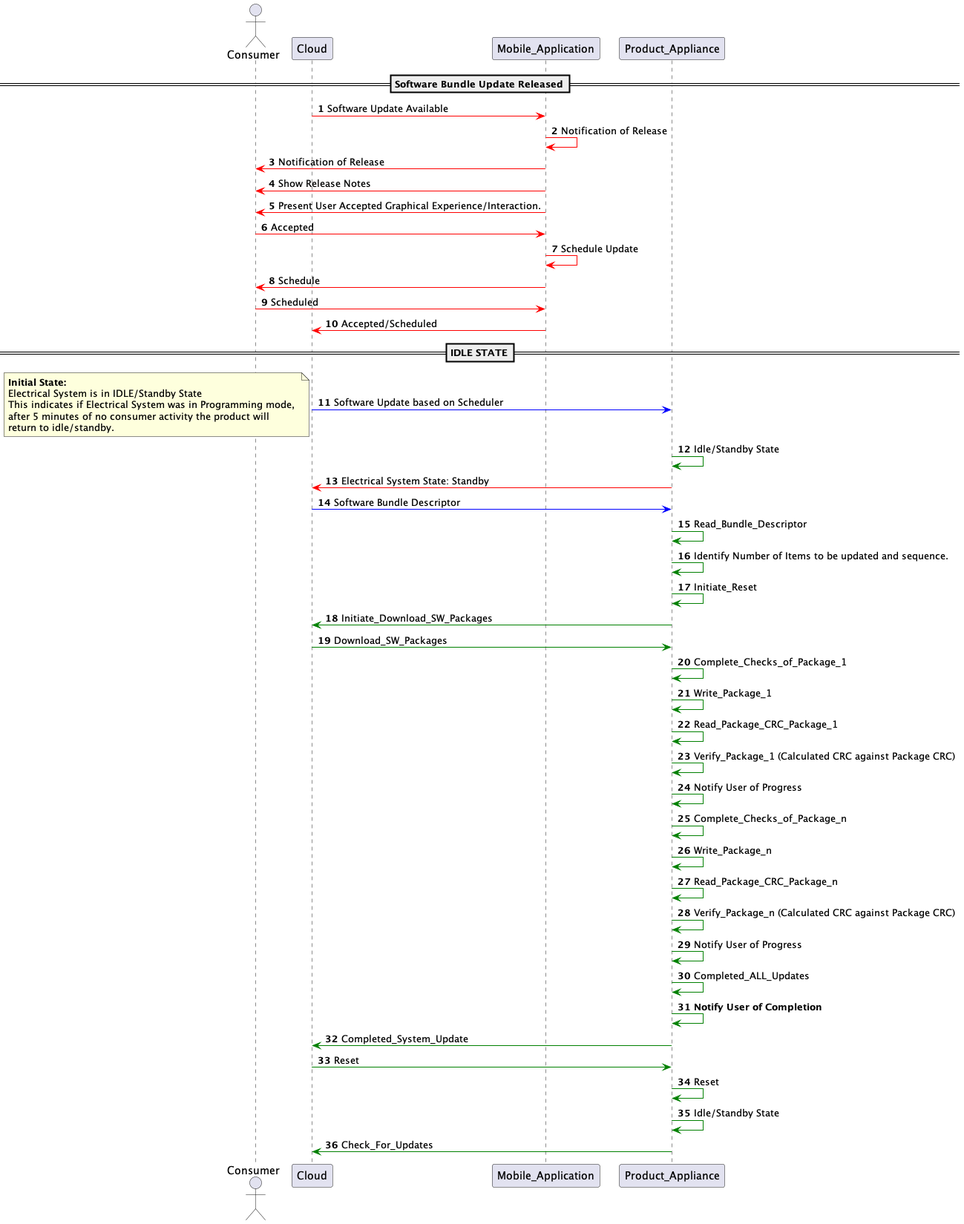
This is Over the Air Updates/Document Formats/out/user_interaction_sequence_diagram/user_interaction_sequence.png from wjelston/wallaceelston.github.io, a PlantUML export, as it was before one commit.
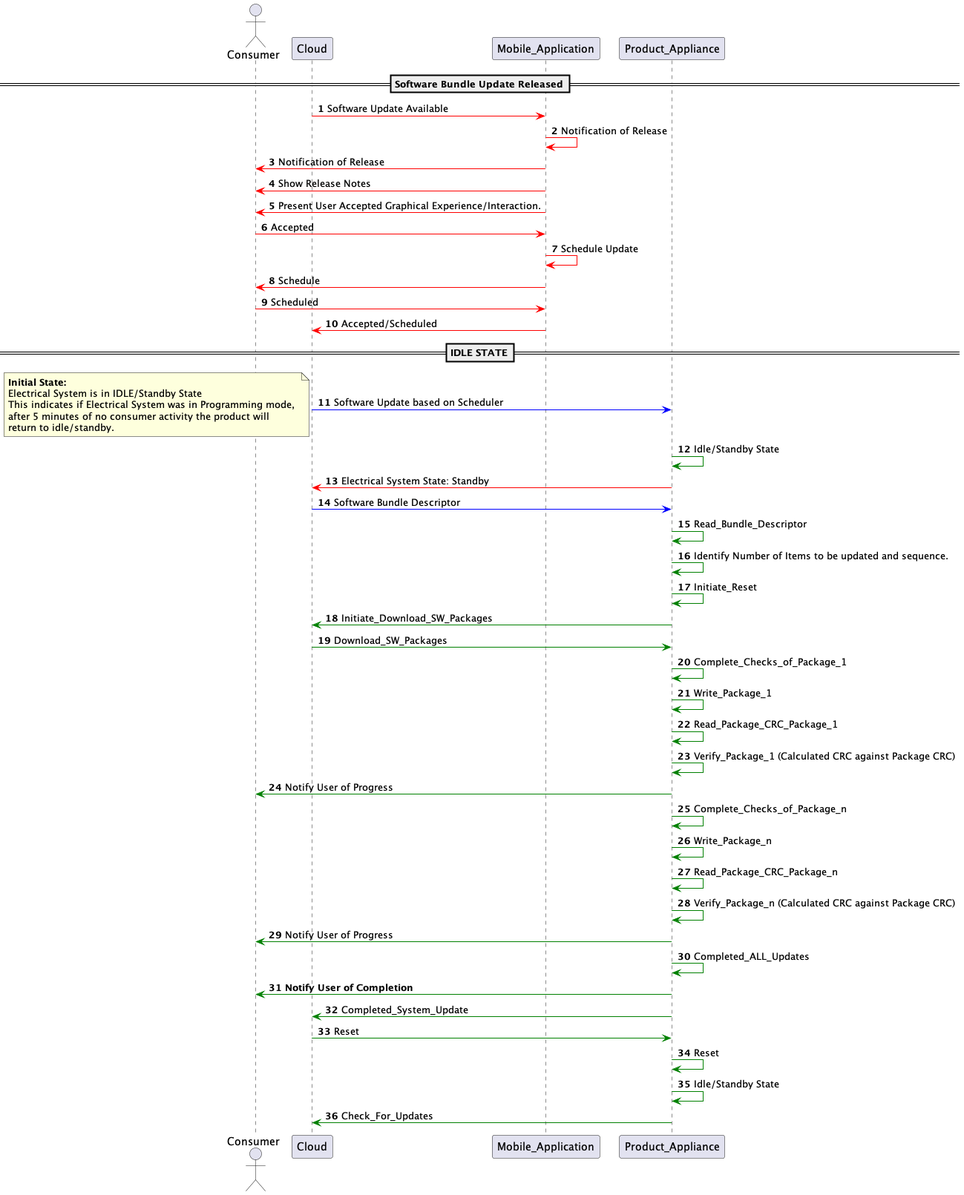
Later version of the same file.

Commit message:
Linked consumer notification in UML

What changed in the source:
```diff
@@ -2,6 +2,7 @@
 
     autonumber
     actor Consumer
+
     ==Software Bundle Update Released==
     Cloud -[#red]> Mobile_Application : Software Update Available
     Mobile_Application -[#red]> Mobile_Application : Notification of Release
@@ -36,14 +37,14 @@
     Product_Appliance -[#Green]> Product_Appliance : Write_Package_1
     Product_Appliance -[#Green]> Product_Appliance : Read_Package_CRC_Package_1
     Product_Appliance -[#Green]> Product_Appliance : Verify_Package_1 (Calculated CRC against Package CRC)
-    Product_Appliance -[#Green]> Product_Appliance : Notify User of Progress
+    Product_Appliance -[#Green]> Consumer : Notify User of Progress
     Product_Appliance -[#Green]> Product_Appliance : Complete_Checks_of_Package_n
     Product_Appliance -[#Green]> Product_Appliance : Write_Package_n
     Product_Appliance -[#Green]> Product_Appliance : Read_Package_CRC_Package_n
     Product_Appliance -[#Green]> Product_Appliance : Verify_Package_n (Calculated CRC against Package CRC)
-    Product_Appliance -[#Green]> Product_Appliance : Notify User of Progress
+    Product_Appliance -[#Green]> Consumer : Notify User of Progress
     Product_Appliance -[#Green]> Product_Appliance : Completed_ALL_Updates
-    Product_Appliance -[#Green]> Product_Appliance : **Notify User of Completion**
+    Product_Appliance -[#Green]> Consumer : **Notify User of Completion**
     Product_Appliance -[#Green]> Cloud : Completed_System_Update
     Cloud -[#Green]> Product_Appliance: Reset
     Product_Appliance -[#Green]> Product_Appliance : Reset
```
